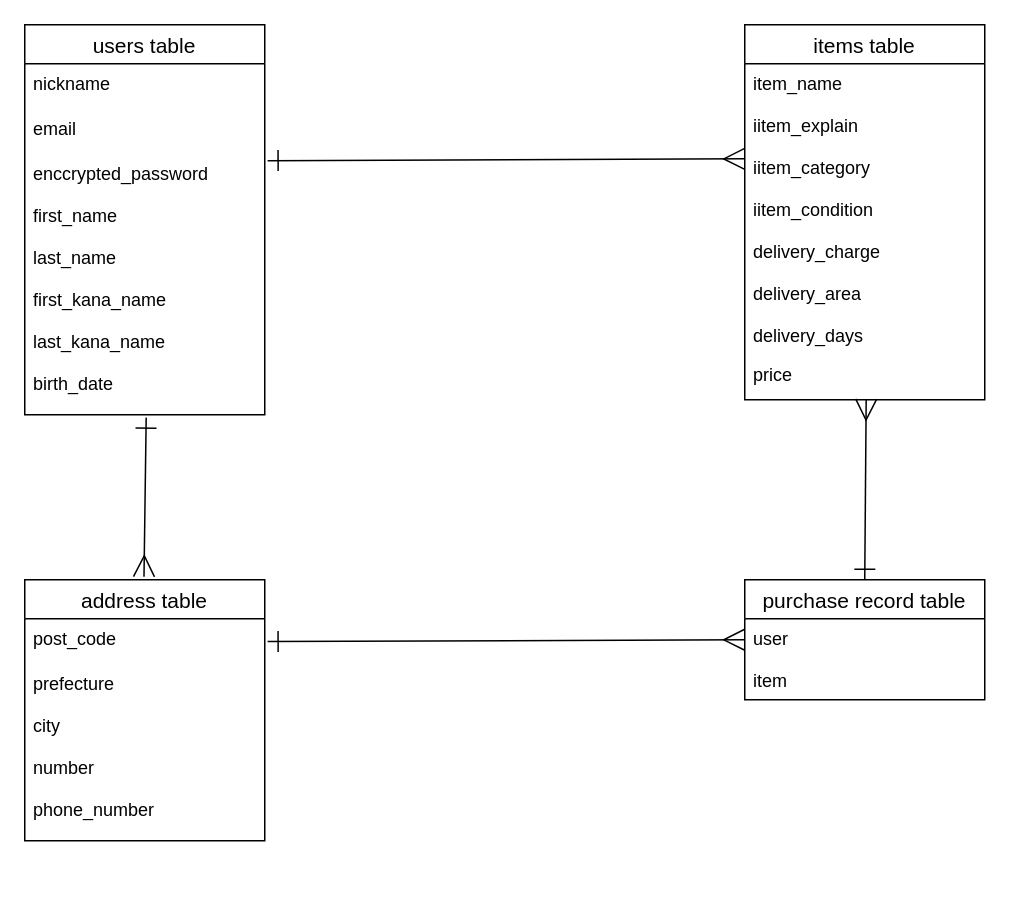
Earlier version of the draw.io diagram test.dio (Yajin13/furima-37710). Source tidied: cells renumbered, new cells numbered last; positions are measured from the earlier drawing's top-left corner, leaving out a move shared by most shapes. Both pictures are drawn from the tidied source at 150%, with x=0, y=0 at pixel (24, 24).
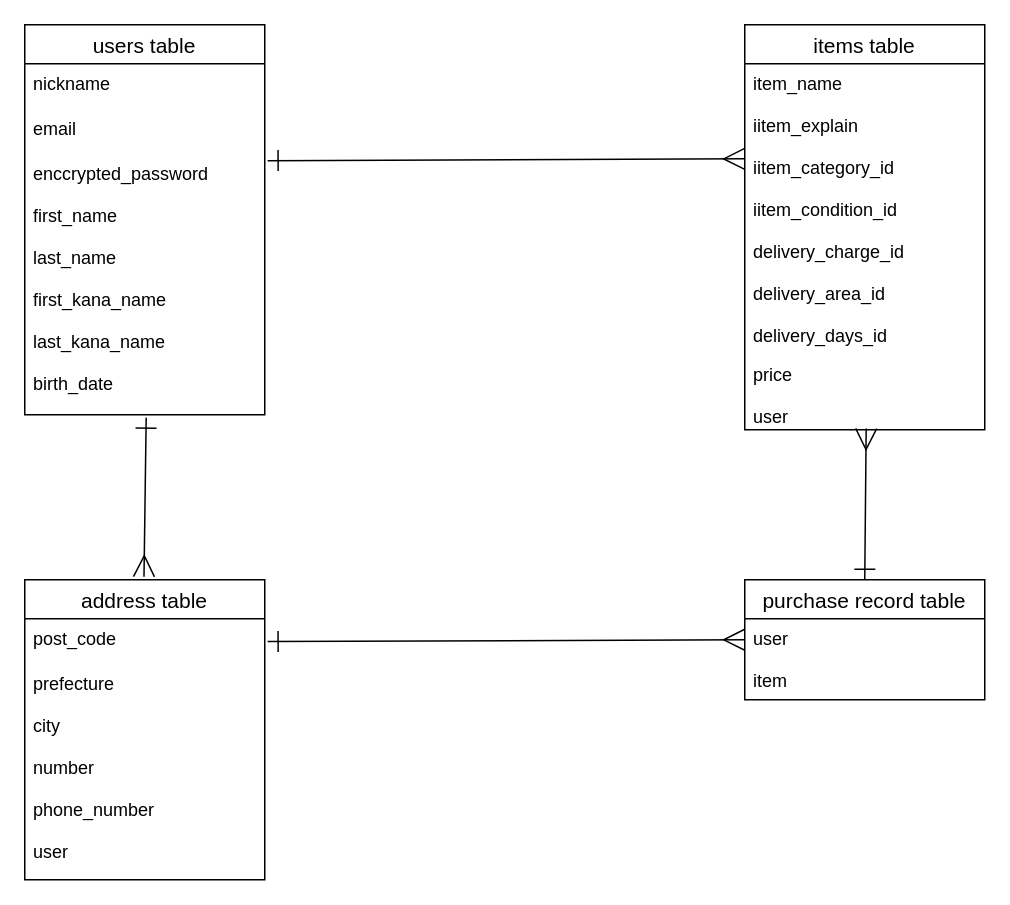
The same page after the edit.

The edit, as a diff of the source:
```diff
@@
     <mxCell id="6" value="items table" style="swimlane;fontStyle=0;horizontal=1;startSize=26;align=center;fontSize=14;" parent="1" vertex="1">
-      <mxGeometry x="480" width="160" height="250" as="geometry" />
+      <mxGeometry x="480" width="160" height="270" as="geometry" />
     </mxCell>
-    <mxCell id="7" value="item_name&#10;&#10;iitem_explain&#10;&#10;iitem_category&#10;&#10;iitem_condition&#10;&#10;delivery_charge&#10;&#10;delivery_area&#10;&#10;delivery_days" style="text;strokeColor=none;fillColor=none;spacingLeft=4;spacingRight=4;overflow=hidden;fontSize=12;" parent="6" vertex="1">
+    <mxCell id="7" value="item_name&#10;&#10;iitem_explain&#10;&#10;iitem_category_id&#10;&#10;iitem_condition_id&#10;&#10;delivery_charge_id&#10;&#10;delivery_area_id&#10;&#10;delivery_days_id" style="text;strokeColor=none;fillColor=none;spacingLeft=4;spacingRight=4;overflow=hidden;fontSize=12;" parent="6" vertex="1">
       <mxGeometry y="26" width="160" height="194" as="geometry" />
     </mxCell>
-    <mxCell id="8" value="price" style="text;strokeColor=none;fillColor=none;spacingLeft=4;spacingRight=4;overflow=hidden;points=[[0,0.5],[1,0.5]];portConstraint=eastwest;fontSize=12;" parent="6" vertex="1">
-      <mxGeometry y="220" width="160" height="30" as="geometry" />
+    <mxCell id="8" value="price&#10;&#10;user" style="text;strokeColor=none;fillColor=none;spacingLeft=4;spacingRight=4;overflow=hidden;points=[[0,0.5],[1,0.5]];portConstraint=eastwest;fontSize=12;" parent="6" vertex="1">
+      <mxGeometry y="220" width="160" height="50" as="geometry" />
     </mxCell>
     <mxCell id="9" value="address table" style="swimlane;fontStyle=0;horizontal=1;startSize=26;align=center;fontSize=14;" parent="1" vertex="1">
-      <mxGeometry y="370" width="160" height="174" as="geometry" />
+      <mxGeometry y="370" width="160" height="200" as="geometry" />
     </mxCell>
@@
-    <mxCell id="12" value="phone_number" style="text;strokeColor=none;fillColor=none;spacingLeft=4;spacingRight=4;overflow=hidden;fontSize=12;" parent="9" vertex="1">
-      <mxGeometry y="140" width="160" height="34" as="geometry" />
+    <mxCell id="12" value="phone_number&#10;&#10;user" style="text;strokeColor=none;fillColor=none;spacingLeft=4;spacingRight=4;overflow=hidden;fontSize=12;" parent="9" vertex="1">
+      <mxGeometry y="140" width="160" height="60" as="geometry" />
     </mxCell>
```
